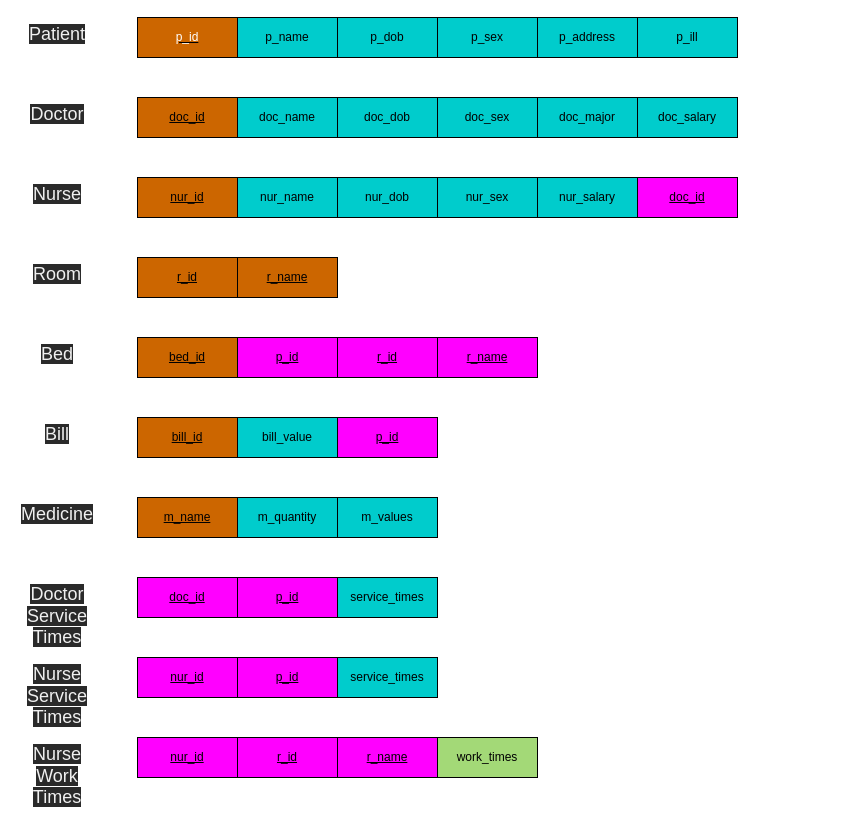
Above: Schema.drawio in HiimMinh/ProjectAdd (draw.io), before the change. Source tidied: cells renumbered, new cells numbered last; positions are measured from the earlier drawing's top-left corner, leaving out a move shared by most shapes. Both pictures are drawn from the tidied source at 100%, with x=0, y=0 at pixel (17, 17).
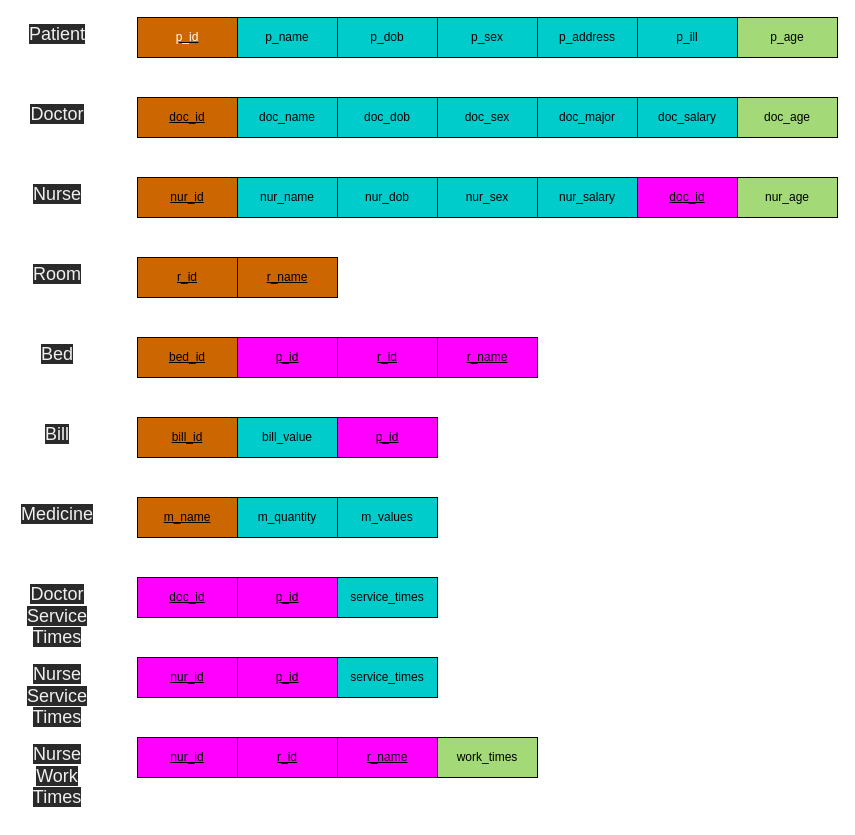
After the change.

The edit, as a diff of the source:
```diff
@@
+    <mxCell id="52" value="p_age" style="whiteSpace=wrap;html=1;align=center;fillColor=#A3D977;" parent="1" vertex="1">
+      <mxGeometry x="720" width="100" height="40" as="geometry" />
+    </mxCell>
+    <mxCell id="53" value="doc_age" style="whiteSpace=wrap;html=1;align=center;fillColor=#A3D977;" parent="1" vertex="1">
+      <mxGeometry x="720" y="80" width="100" height="40" as="geometry" />
+    </mxCell>
+    <mxCell id="54" value="nur_age" style="whiteSpace=wrap;html=1;align=center;fillColor=#A3D977;" parent="1" vertex="1">
+      <mxGeometry x="720" y="160" width="100" height="40" as="geometry" />
+    </mxCell>
```
